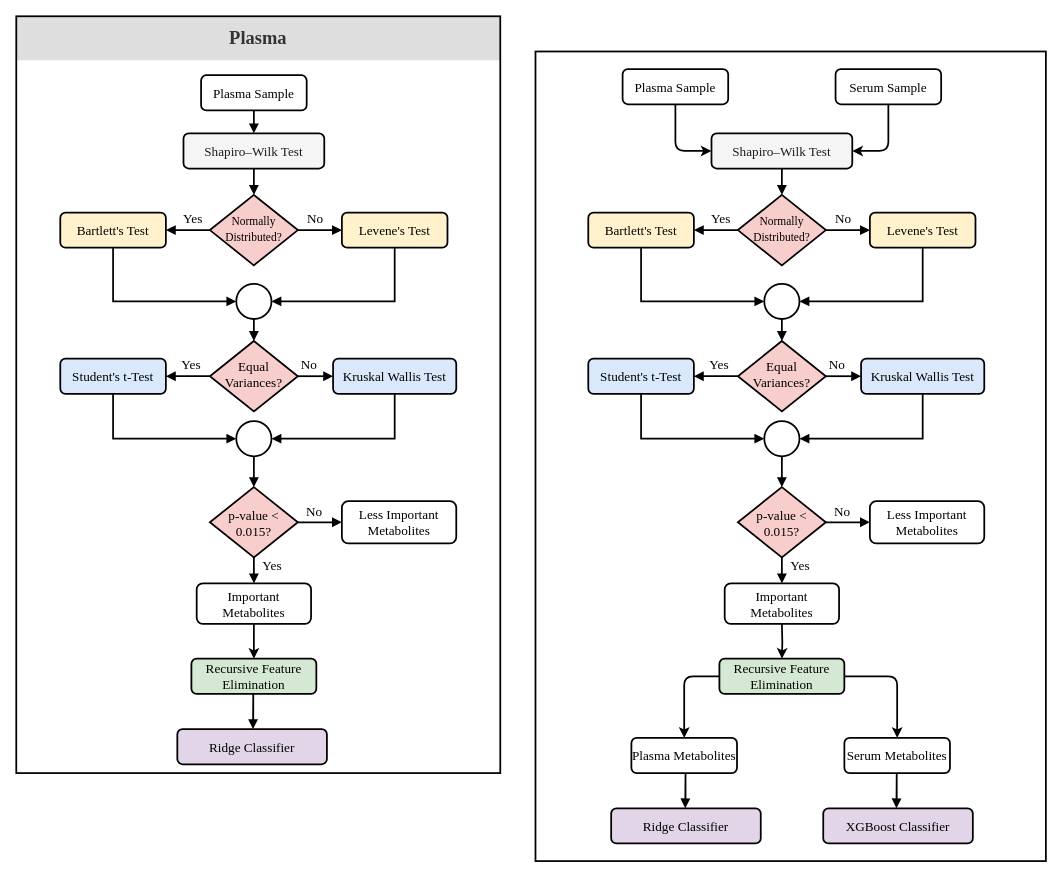
Earlier version of the draw.io diagram visualizations/diagram/new-flow-chart.drawio (utshabkg/lung_cancer_biomarker). Source tidied: cells renumbered, new cells numbered last; positions are measured from the earlier drawing's top-left corner, leaving out a move shared by most shapes. Both pictures are drawn from the tidied source at 88%, with x=0, y=0 at pixel (16, 16).
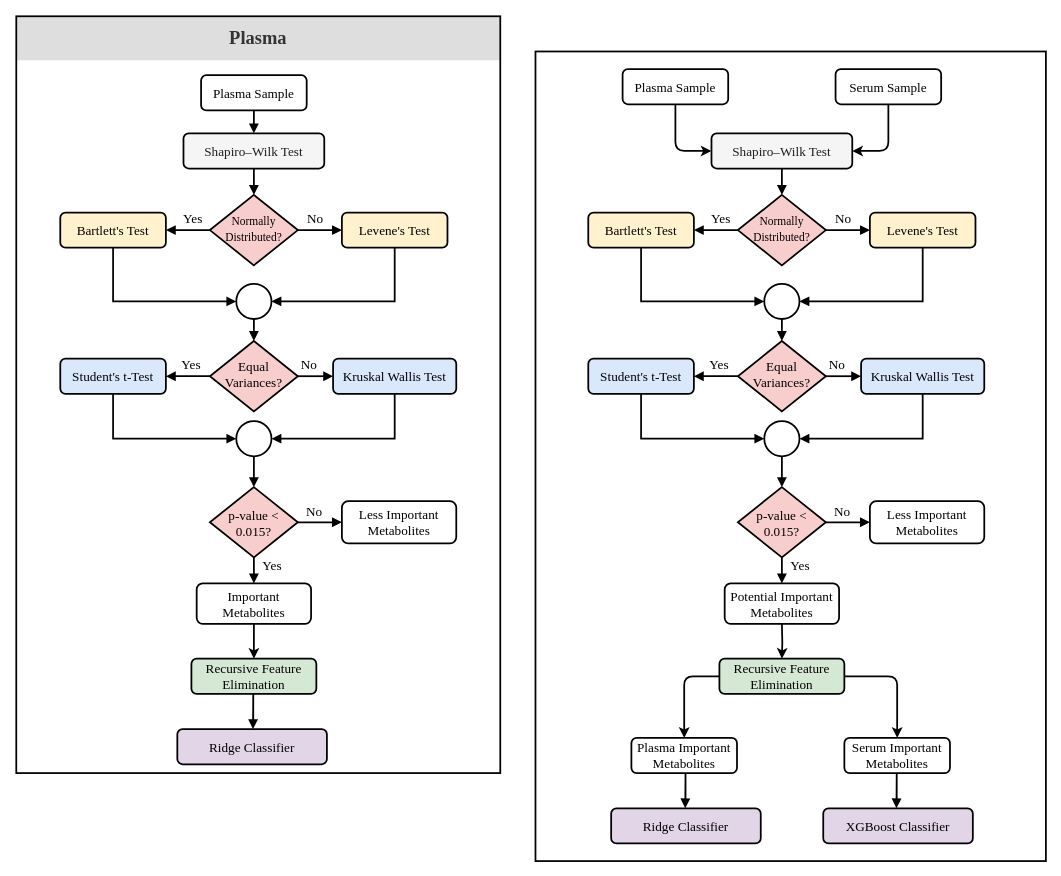
After the change.

What changed in the source:
```diff
@@
-    <mxCell id="70" value="Important Metabolites" style="rounded=1;whiteSpace=wrap;html=1;fontSize=15;glass=0;strokeWidth=2;shadow=0;fontStyle=0;fontFamily=Times New Roman;" parent="1" vertex="1">
+    <mxCell id="70" value="Potential Important Metabolites" style="rounded=1;whiteSpace=wrap;html=1;fontSize=15;glass=0;strokeWidth=2;shadow=0;fontStyle=0;fontFamily=Times New Roman;" parent="1" vertex="1">
       <mxGeometry x="805" y="644.5" width="130" height="46" as="geometry" />
     </mxCell>
@@
-    <mxCell id="77" style="rounded=0;whiteSpace=wrap;html=1;fontFamily=Times New Roman;fontSize=15;fontColor=#000000;strokeColor=#000000;strokeWidth=2;fillColor=none;" parent="1" vertex="1">
-      <mxGeometry x="590" y="40" width="580" height="920" as="geometry" />
-    </mxCell>
-    <mxCell id="78" value="&lt;span style=&quot;font-size: 15px&quot;&gt;&lt;font style=&quot;font-size: 15px&quot;&gt;Serum Metabolites&lt;/font&gt;&lt;/span&gt;" style="rounded=1;whiteSpace=wrap;html=1;fontSize=15;glass=0;strokeWidth=2;shadow=0;fontStyle=0;fontFamily=Times New Roman;" parent="1" vertex="1">
+    <mxCell id="78" value="&lt;span style=&quot;font-size: 15px&quot;&gt;&lt;font style=&quot;font-size: 15px&quot;&gt;Serum Important Metabolites&lt;/font&gt;&lt;/span&gt;" style="rounded=1;whiteSpace=wrap;html=1;fontSize=15;glass=0;strokeWidth=2;shadow=0;fontStyle=0;fontFamily=Times New Roman;" parent="1" vertex="1">
       <mxGeometry x="941" y="820" width="120" height="40" as="geometry" />
     </mxCell>
@@
-    <mxCell id="80" value="&lt;span style=&quot;font-size: 15px&quot;&gt;&lt;font style=&quot;font-size: 15px&quot;&gt;Plasma Metabolites&lt;/font&gt;&lt;/span&gt;" style="rounded=1;whiteSpace=wrap;html=1;fontSize=15;glass=0;strokeWidth=2;shadow=0;fontStyle=0;fontFamily=Times New Roman;" parent="1" vertex="1">
+    <mxCell id="80" value="&lt;span style=&quot;font-size: 15px&quot;&gt;&lt;font style=&quot;font-size: 15px&quot;&gt;Plasma Important Metabolites&lt;/font&gt;&lt;/span&gt;" style="rounded=1;whiteSpace=wrap;html=1;fontSize=15;glass=0;strokeWidth=2;shadow=0;fontStyle=0;fontFamily=Times New Roman;" parent="1" vertex="1">
       <mxGeometry x="699" y="820" width="120" height="40" as="geometry" />
     </mxCell>
@@
+    <mxCell id="77" style="rounded=0;whiteSpace=wrap;html=1;fontFamily=Times New Roman;fontSize=15;fontColor=#000000;strokeColor=#000000;strokeWidth=2;fillColor=none;" parent="1" vertex="1">
+      <mxGeometry x="590" y="40" width="580" height="920" as="geometry" />
+    </mxCell>
```
